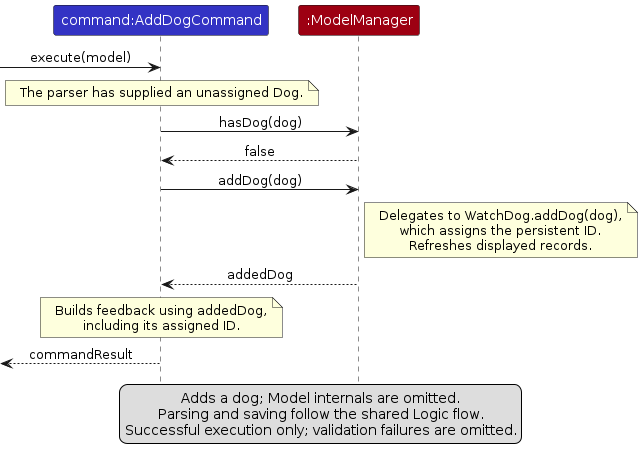
Above: diagrams/AddDogSequenceDiagram.png in AY2627S1-CS2103T-T15-4/tp (PlantUML), before the change. Its source is kept beside it as diagrams/AddDogSequenceDiagram.puml.
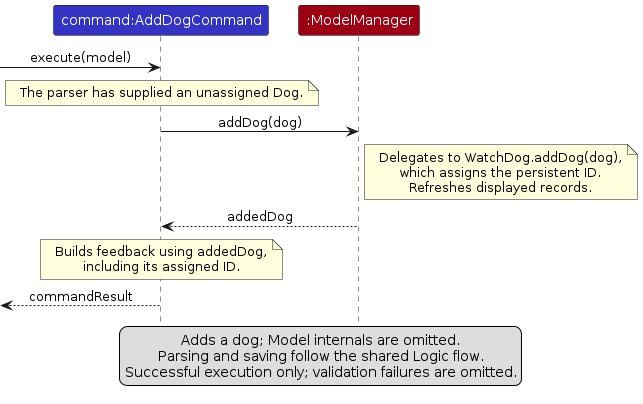
The same file after the commit.

The edit, as a diff of the source:
```diff
@@ -11,8 +11,6 @@
 note over Command
   The parser has supplied an unassigned Dog.
 end note
-Command -> Model : hasDog(dog)
-Model --> Command : false
 Command -> Model : addDog(dog)
 note right of Model
   Delegates to WatchDog.addDog(dog),
```
